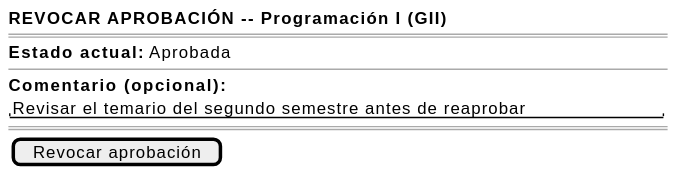
Above: images/RUP/01-requisitos/03-detalle-casos-uso/revocarAprobacionGuia/wireframe.svg in mmasias/pyCeldaPublico (PlantUML), before the change. The source it was exported from:
```plantuml
@startsalt revocarAprobacionGuia-wireframe
{
    <b>REVOCAR APROBACIÓN -- Programación I (GII)</b>
    ====
    <b>Estado actual:</b> Aprobada
    --
    <b>Comentario (opcional):</b>
    "Revisar el temario del segundo semestre antes de reaprobar"
    ====
    {[Revocar aprobación]}
}
@endsalt
```
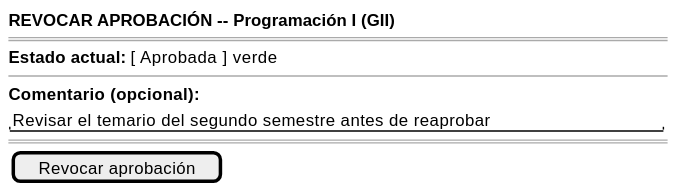
After the commit.

What changed in the source:
```diff
@@ -2,7 +2,7 @@
 {
     <b>REVOCAR APROBACIÓN -- Programación I (GII)</b>
     ====
-    <b>Estado actual:</b> Aprobada
+    <b>Estado actual:</b> [ Aprobada ] verde
     --
     <b>Comentario (opcional):</b>
     "Revisar el temario del segundo semestre antes de reaprobar"
```
